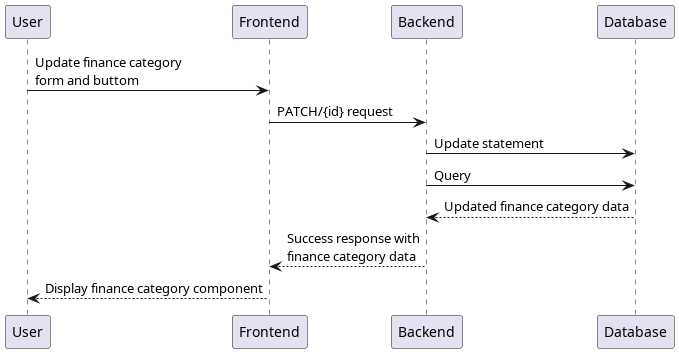
Above: docs/out/docs/Sequences/Update single finance category.png in Toby-Rea/planner (PlantUML), before the change.
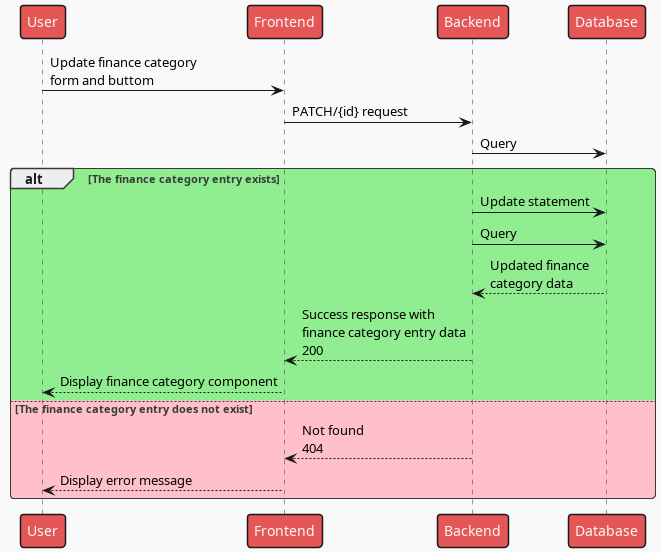
The same diagram one commit later.

What changed in the source:
```diff
@@ -1,4 +1,5 @@
 @startuml Update single finance category
+!theme mars
 participant User as u
 participant Frontend as fe
 participant Backend as be
@@ -6,9 +7,16 @@
 
 u -> fe: Update finance category\nform and buttom
 fe -> be: PATCH/{id} request
-be -> db: Update statement
 be -> db: Query
-be <-- db: Updated finance category data
-fe <-- be: Success response with\nfinance category data
-u <-- fe: Display finance category component
+
+alt #LightGreen The finance category entry exists
+    be -> db: Update statement
+    be -> db: Query
+    be <-- db: Updated finance\ncategory data
+    fe <-- be: Success response with\nfinance category entry data\n200
+    u <-- fe: Display finance category component
+else #Pink The finance category entry does not exist
+    fe <-- be: Not found\n404
+    u <-- fe: Display error message
+end
 @enduml
```
